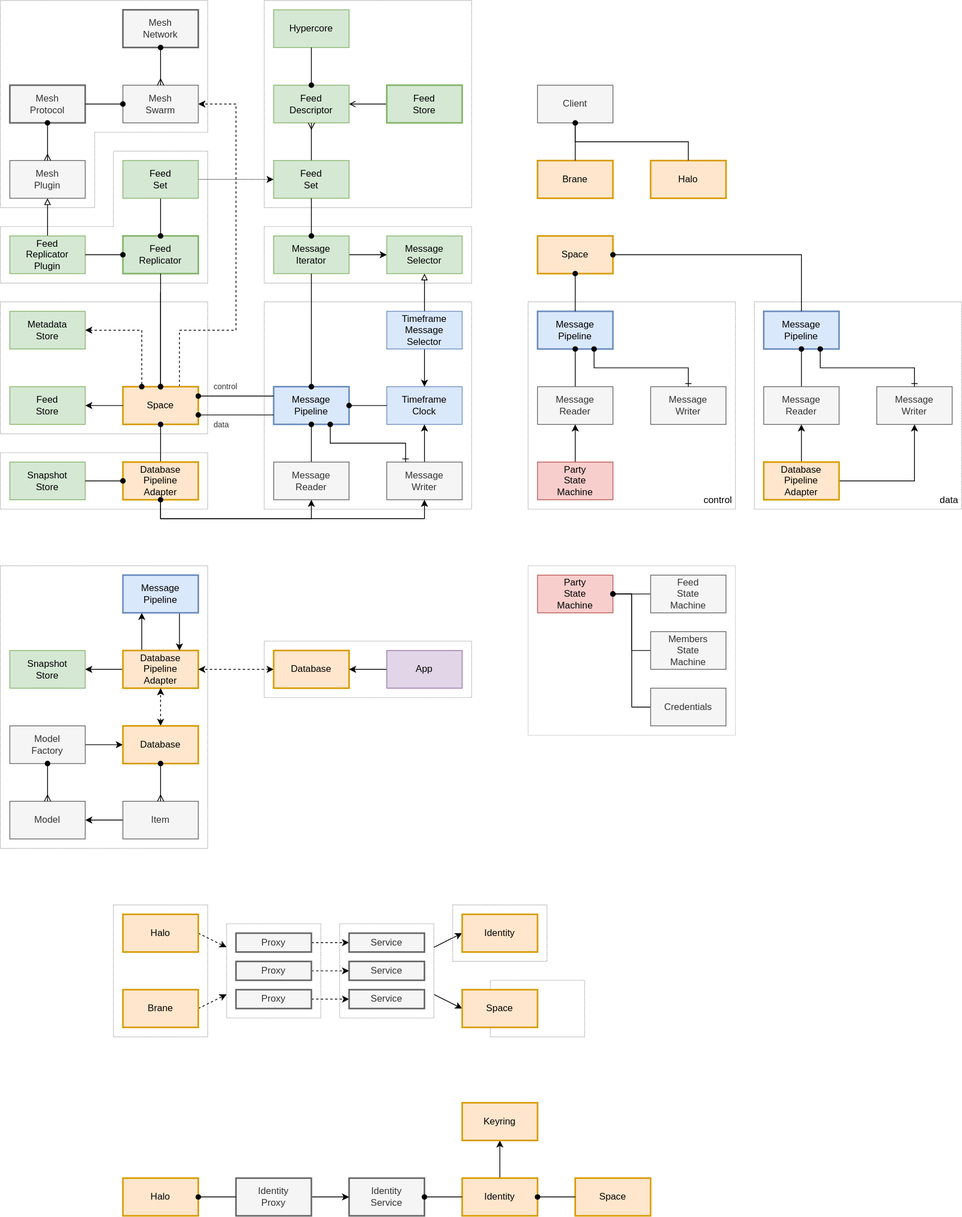
Earlier version of the draw.io export docs/design/diagrams/echo-pipeline.drawio.svg (dxos/dxos). Source tidied: cells renumbered, new cells last; positions are measured from the earlier drawing's top-left corner, leaving out a move shared by most shapes.
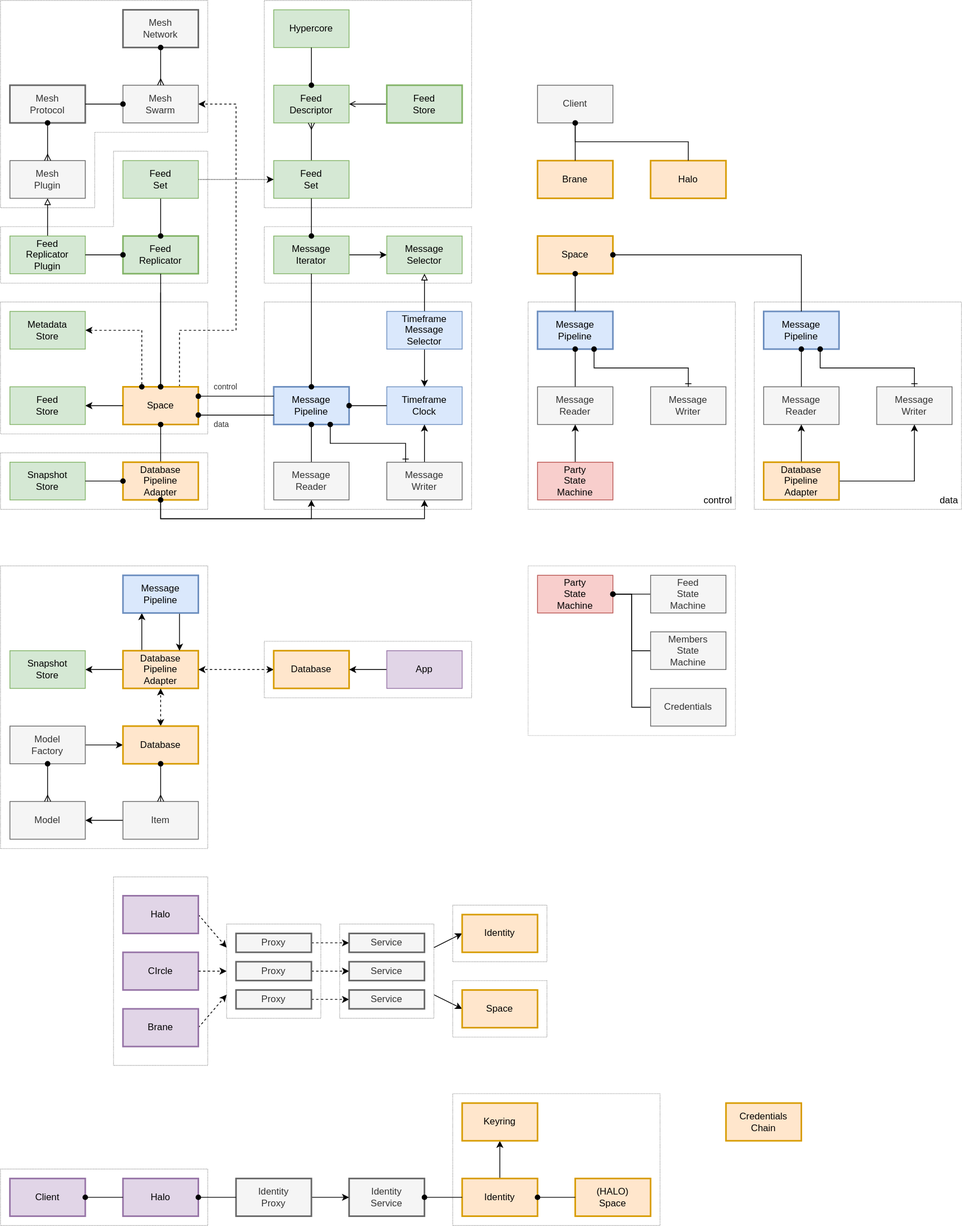
After the commit.

What changed in the source:
```diff
@@ -2,6 +2,12 @@
   <root>
     <mxCell id="0" />
     <mxCell id="1" parent="0" />
+    <mxCell id="151" style="rounded=0;whiteSpace=wrap;html=1;fillColor=none;dashed=1;strokeColor=#999999;dashPattern=1 1;" parent="1" vertex="1">
+      <mxGeometry y="1488" width="264" height="72" as="geometry" />
+    </mxCell>
+    <mxCell id="152" style="rounded=0;whiteSpace=wrap;html=1;fillColor=none;dashed=1;strokeColor=#999999;dashPattern=1 1;" parent="1" vertex="1">
+      <mxGeometry x="576" y="1392" width="264" height="168" as="geometry" />
+    </mxCell>
     <mxCell id="2" style="rounded=0;whiteSpace=wrap;html=1;fillColor=none;dashed=1;strokeColor=#999999;dashPattern=1 1;" parent="1" vertex="1">
       <mxGeometry x="288" y="1176" width="120" height="120" as="geometry" />
     </mxCell>
@@ -15,13 +21,13 @@
       <mxGeometry x="432" y="1176" width="120" height="120" as="geometry" />
     </mxCell>
     <mxCell id="6" style="rounded=0;whiteSpace=wrap;html=1;fillColor=none;dashed=1;strokeColor=#999999;dashPattern=1 1;" parent="1" vertex="1">
-      <mxGeometry x="624" y="1248" width="120" height="72" as="geometry" />
+      <mxGeometry x="576" y="1248" width="120" height="72" as="geometry" />
     </mxCell>
     <mxCell id="7" style="rounded=0;whiteSpace=wrap;html=1;fillColor=none;dashed=1;strokeColor=#999999;dashPattern=1 1;" parent="1" vertex="1">
       <mxGeometry x="576" y="1152" width="120" height="72" as="geometry" />
     </mxCell>
     <mxCell id="8" style="rounded=0;whiteSpace=wrap;html=1;fillColor=none;dashed=1;strokeColor=#999999;dashPattern=1 1;" parent="1" vertex="1">
-      <mxGeometry x="144" y="1152" width="120" height="168" as="geometry" />
+      <mxGeometry x="144" y="1116" width="120" height="240" as="geometry" />
     </mxCell>
     <mxCell id="9" style="rounded=0;whiteSpace=wrap;html=1;fillColor=none;dashed=1;strokeColor=#999999;dashPattern=1 1;" parent="1" vertex="1">
       <mxGeometry x="336" y="816" width="264" height="72" as="geometry" />
@@ -440,8 +446,8 @@
     <mxCell id="127" style="edgeStyle=none;shape=connector;rounded=0;html=1;exitX=1;exitY=0.5;exitDx=0;exitDy=0;entryX=0;entryY=0.25;entryDx=0;entryDy=0;dashed=1;labelBackgroundColor=default;fontFamily=Helvetica;fontSize=11;fontColor=default;startArrow=none;startFill=0;endArrow=classic;endFill=1;strokeColor=default;" parent="1" edge="1" source="128" target="2">
       <mxGeometry relative="1" as="geometry" />
     </mxCell>
-    <mxCell id="128" value="Halo" style="rounded=0;whiteSpace=wrap;html=1;fillColor=#ffe6cc;strokeColor=#d79b00;strokeWidth=2;" parent="1" vertex="1">
-      <mxGeometry x="156" y="1164" width="96" height="48" as="geometry" />
+    <mxCell id="128" value="Halo" style="rounded=0;whiteSpace=wrap;html=1;fillColor=#e1d5e7;strokeColor=#9673a6;strokeWidth=2;" parent="1" vertex="1">
+      <mxGeometry x="156" y="1140" width="96" height="48" as="geometry" />
     </mxCell>
     <mxCell id="129" style="edgeStyle=none;shape=connector;rounded=0;html=1;exitX=1;exitY=0.5;exitDx=0;exitDy=0;dashed=1;labelBackgroundColor=default;fontFamily=Helvetica;fontSize=11;fontColor=default;startArrow=none;startFill=0;endArrow=classic;endFill=1;strokeColor=default;" parent="1" edge="1" source="130" target="135">
       <mxGeometry relative="1" as="geometry" />
@@ -455,8 +461,8 @@
     <mxCell id="132" style="edgeStyle=none;shape=connector;rounded=0;html=1;exitX=1;exitY=0.5;exitDx=0;exitDy=0;entryX=0;entryY=0.75;entryDx=0;entryDy=0;dashed=1;labelBackgroundColor=default;fontFamily=Helvetica;fontSize=11;fontColor=default;startArrow=none;startFill=0;endArrow=classic;endFill=1;strokeColor=default;" parent="1" edge="1" source="133" target="2">
       <mxGeometry relative="1" as="geometry" />
     </mxCell>
-    <mxCell id="133" value="Brane" style="rounded=0;whiteSpace=wrap;html=1;fillColor=#ffe6cc;strokeColor=#d79b00;strokeWidth=2;" parent="1" vertex="1">
-      <mxGeometry x="156" y="1260" width="96" height="48" as="geometry" />
+    <mxCell id="133" value="Brane" style="rounded=0;whiteSpace=wrap;html=1;fillColor=#e1d5e7;strokeColor=#9673a6;strokeWidth=2;" parent="1" vertex="1">
+      <mxGeometry x="156" y="1284" width="96" height="48" as="geometry" />
     </mxCell>
     <mxCell id="134" value="Space" style="rounded=0;whiteSpace=wrap;html=1;fillColor=#ffe6cc;strokeColor=#d79b00;strokeWidth=2;" parent="1" vertex="1">
       <mxGeometry x="588" y="1260" width="96" height="48" as="geometry" />
@@ -482,7 +488,7 @@
     <mxCell id="141" value="Service" style="rounded=0;whiteSpace=wrap;html=1;fillColor=#f5f5f5;strokeColor=#666666;strokeWidth=2;fontColor=#333333;" parent="1" vertex="1">
       <mxGeometry x="444" y="1260" width="96" height="24" as="geometry" />
     </mxCell>
-    <mxCell id="142" value="Space" style="rounded=0;whiteSpace=wrap;html=1;fillColor=#ffe6cc;strokeColor=#d79b00;strokeWidth=2;" parent="1" vertex="1">
+    <mxCell id="142" value="(HALO)&lt;br&gt;Space" style="rounded=0;whiteSpace=wrap;html=1;fillColor=#ffe6cc;strokeColor=#d79b00;strokeWidth=2;" parent="1" vertex="1">
       <mxGeometry x="732" y="1500" width="96" height="48" as="geometry" />
     </mxCell>
     <mxCell id="143" style="edgeStyle=none;shape=connector;rounded=0;html=1;labelBackgroundColor=default;fontFamily=Helvetica;fontSize=11;fontColor=default;startArrow=oval;startFill=1;endArrow=none;endFill=0;strokeColor=default;" parent="1" edge="1" source="122" target="142">
@@ -497,7 +503,7 @@
     <mxCell id="146" value="Identity&lt;br&gt;Proxy" style="rounded=0;whiteSpace=wrap;html=1;fillColor=#f5f5f5;strokeColor=#666666;strokeWidth=2;fontColor=#333333;" parent="1" vertex="1">
       <mxGeometry x="300" y="1500" width="96" height="48" as="geometry" />
     </mxCell>
-    <mxCell id="147" value="Halo" style="rounded=0;whiteSpace=wrap;html=1;fillColor=#ffe6cc;strokeColor=#d79b00;strokeWidth=2;" parent="1" vertex="1">
+    <mxCell id="147" value="Halo" style="rounded=0;whiteSpace=wrap;html=1;fillColor=#e1d5e7;strokeColor=#9673a6;strokeWidth=2;" parent="1" vertex="1">
       <mxGeometry x="156" y="1500" width="96" height="48" as="geometry" />
     </mxCell>
     <mxCell id="148" style="edgeStyle=none;shape=connector;rounded=0;html=1;exitX=1;exitY=0.5;exitDx=0;exitDy=0;entryX=0;entryY=0.5;entryDx=0;entryDy=0;labelBackgroundColor=default;fontFamily=Helvetica;fontSize=11;fontColor=default;startArrow=oval;startFill=1;endArrow=none;endFill=0;strokeColor=default;" parent="1" edge="1" source="147" target="146">
@@ -509,5 +515,20 @@
     <mxCell id="150" style="edgeStyle=none;shape=connector;rounded=0;html=1;exitX=1;exitY=0.5;exitDx=0;exitDy=0;labelBackgroundColor=default;fontFamily=Helvetica;fontSize=11;fontColor=default;startArrow=oval;startFill=1;endArrow=none;endFill=0;strokeColor=default;" parent="1" edge="1" source="144" target="122">
       <mxGeometry relative="1" as="geometry" />
     </mxCell>
+    <mxCell id="153" value="Client" style="rounded=0;whiteSpace=wrap;html=1;fillColor=#e1d5e7;strokeColor=#9673a6;strokeWidth=2;" parent="1" vertex="1">
+      <mxGeometry x="12" y="1500" width="96" height="48" as="geometry" />
+    </mxCell>
+    <mxCell id="154" style="edgeStyle=none;shape=connector;rounded=0;html=1;exitX=1;exitY=0.5;exitDx=0;exitDy=0;labelBackgroundColor=default;fontFamily=Helvetica;fontSize=11;fontColor=default;startArrow=oval;startFill=1;endArrow=none;endFill=0;strokeColor=default;" parent="1" edge="1" source="153" target="147">
+      <mxGeometry relative="1" as="geometry" />
+    </mxCell>
+    <mxCell id="155" value="CIrcle" style="rounded=0;whiteSpace=wrap;html=1;fillColor=#e1d5e7;strokeColor=#9673a6;strokeWidth=2;" parent="1" vertex="1">
+      <mxGeometry x="156" y="1212" width="96" height="48" as="geometry" />
+    </mxCell>
+    <mxCell id="156" style="edgeStyle=none;shape=connector;rounded=0;html=1;exitX=1;exitY=0.5;exitDx=0;exitDy=0;entryX=0;entryY=0.5;entryDx=0;entryDy=0;dashed=1;labelBackgroundColor=default;fontFamily=Helvetica;fontSize=11;fontColor=default;startArrow=none;startFill=0;endArrow=classic;endFill=1;strokeColor=default;" parent="1" edge="1" source="155" target="2">
+      <mxGeometry relative="1" as="geometry" />
+    </mxCell>
+    <mxCell id="157" value="Credentials&lt;br&gt;Chain" style="rounded=0;whiteSpace=wrap;html=1;fillColor=#ffe6cc;strokeColor=#d79b00;strokeWidth=2;" parent="1" vertex="1">
+      <mxGeometry x="924" y="1404" width="96" height="48" as="geometry" />
+    </mxCell>
   </root>
 </mxGraphModel>
```
